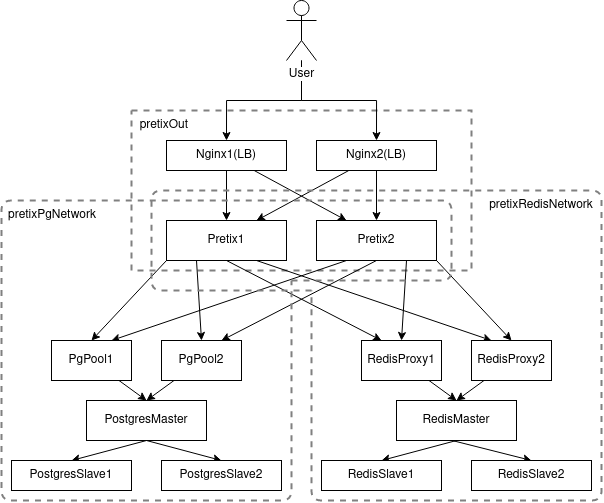
FilipeLopesPires/Pretix-DistributedDeployment keeps this draw.io diagram as docs/reports/IntermediateReport/diagrams/InfrastructureArchitecture.png. Above is the earlier version. Source tidied: cells renumbered, new cells last; positions are measured from the earlier drawing's top-left corner, leaving out a move shared by most shapes.
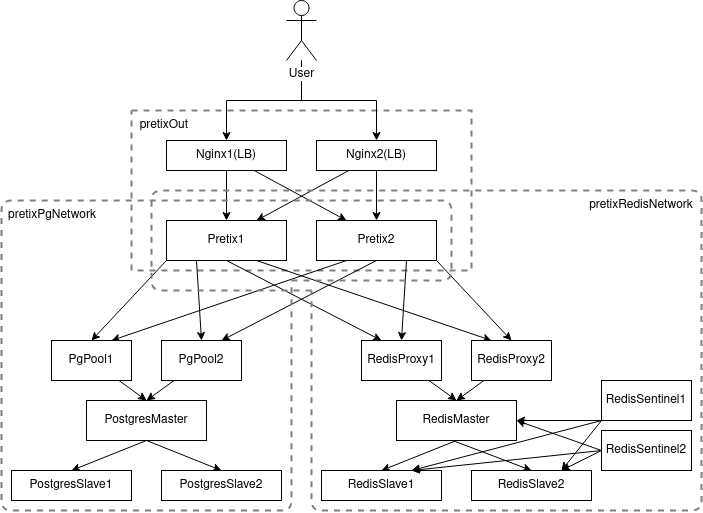
After the change.

What changed in the source:
```diff
@@ -115,16 +115,16 @@
       <mxGeometry x="395" y="400" width="120" height="40" as="geometry" />
     </mxCell>
     <mxCell id="36" value="PostgresSlave1" style="rounded=0;whiteSpace=wrap;html=1;" parent="1" vertex="1">
-      <mxGeometry x="10" y="460" width="120" height="30" as="geometry" />
+      <mxGeometry x="10" y="470" width="120" height="30" as="geometry" />
     </mxCell>
     <mxCell id="37" value="PostgresSlave2" style="rounded=0;whiteSpace=wrap;html=1;" parent="1" vertex="1">
-      <mxGeometry x="160" y="460" width="120" height="30" as="geometry" />
+      <mxGeometry x="160" y="470" width="120" height="30" as="geometry" />
     </mxCell>
     <mxCell id="38" value="RedisSlave1" style="rounded=0;whiteSpace=wrap;html=1;" parent="1" vertex="1">
-      <mxGeometry x="320" y="460" width="120" height="30" as="geometry" />
+      <mxGeometry x="320" y="470" width="120" height="30" as="geometry" />
     </mxCell>
     <mxCell id="39" value="RedisSlave2" style="rounded=0;whiteSpace=wrap;html=1;" parent="1" vertex="1">
-      <mxGeometry x="470" y="460" width="120" height="30" as="geometry" />
+      <mxGeometry x="470" y="470" width="120" height="30" as="geometry" />
     </mxCell>
     <mxCell id="40" style="endArrow=none;dashed=1;html=1;strokeWidth=2;strokeColor=#808080;" parent="1" edge="1">
       <mxGeometry relative="1" as="geometry">
@@ -134,8 +134,8 @@
           <mxPoint x="450" y="280" />
           <mxPoint x="450" y="200" />
           <mxPoint y="200" />
-          <mxPoint y="500" />
-          <mxPoint x="290" y="500" />
+          <mxPoint y="510" />
+          <mxPoint x="290" y="510" />
         </Array>
       </mxGeometry>
     </mxCell>
@@ -143,7 +143,7 @@
       <mxGeometry x="31" y="205" width="40" height="20" as="geometry" />
     </mxCell>
     <mxCell id="42" value="pretixRedisNetwork" style="text;html=1;strokeColor=none;fillColor=none;align=center;verticalAlign=middle;whiteSpace=wrap;rounded=0;" parent="1" vertex="1">
-      <mxGeometry x="520" y="195" width="40" height="20" as="geometry" />
+      <mxGeometry x="620" y="195" width="40" height="20" as="geometry" />
     </mxCell>
     <mxCell id="43" style="endArrow=none;dashed=1;html=1;strokeColor=#808080;strokeWidth=2;" parent="1" edge="1">
       <mxGeometry relative="1" as="geometry">
@@ -152,11 +152,35 @@
         <Array as="points">
           <mxPoint x="150" y="290" />
           <mxPoint x="150" y="190" />
-          <mxPoint x="600" y="190" />
-          <mxPoint x="600" y="500" />
-          <mxPoint x="310" y="500" />
+          <mxPoint x="700" y="190" />
+          <mxPoint x="700" y="510" />
+          <mxPoint x="310" y="510" />
         </Array>
       </mxGeometry>
     </mxCell>
+    <mxCell id="44" value="RedisSentinel1" style="rounded=0;whiteSpace=wrap;html=1;" parent="1" vertex="1">
+      <mxGeometry x="600" y="380" width="90" height="40" as="geometry" />
+    </mxCell>
+    <mxCell id="45" value="RedisSentinel2" style="rounded=0;whiteSpace=wrap;html=1;" parent="1" vertex="1">
+      <mxGeometry x="600" y="430" width="90" height="40" as="geometry" />
+    </mxCell>
+    <mxCell id="46" style="endArrow=classic;html=1;exitX=0;exitY=0.5;exitDx=0;exitDy=0;entryX=0.75;entryY=0;entryDx=0;entryDy=0;" parent="1" edge="1" source="45" target="39">
+      <mxGeometry relative="1" as="geometry" />
+    </mxCell>
+    <mxCell id="47" style="endArrow=classic;html=1;exitX=0;exitY=0.5;exitDx=0;exitDy=0;entryX=0.75;entryY=0;entryDx=0;entryDy=0;" parent="1" edge="1" source="45" target="38">
+      <mxGeometry relative="1" as="geometry" />
+    </mxCell>
+    <mxCell id="48" style="endArrow=classic;html=1;exitX=0;exitY=1;exitDx=0;exitDy=0;entryX=0.75;entryY=0;entryDx=0;entryDy=0;" parent="1" edge="1" source="44" target="39">
+      <mxGeometry relative="1" as="geometry" />
+    </mxCell>
+    <mxCell id="49" style="endArrow=classic;html=1;entryX=0.75;entryY=0;entryDx=0;entryDy=0;exitX=0;exitY=1;exitDx=0;exitDy=0;" parent="1" edge="1" source="44" target="38">
+      <mxGeometry relative="1" as="geometry" />
+    </mxCell>
+    <mxCell id="50" style="endArrow=classic;html=1;entryX=1;entryY=0.5;entryDx=0;entryDy=0;exitX=0;exitY=1;exitDx=0;exitDy=0;" parent="1" edge="1" source="44" target="35">
+      <mxGeometry relative="1" as="geometry" />
+    </mxCell>
+    <mxCell id="51" style="endArrow=classic;html=1;entryX=1;entryY=0.5;entryDx=0;entryDy=0;exitX=0;exitY=0.5;exitDx=0;exitDy=0;" parent="1" edge="1" source="45" target="35">
+      <mxGeometry relative="1" as="geometry" />
+    </mxCell>
   </root>
 </mxGraphModel>
```
